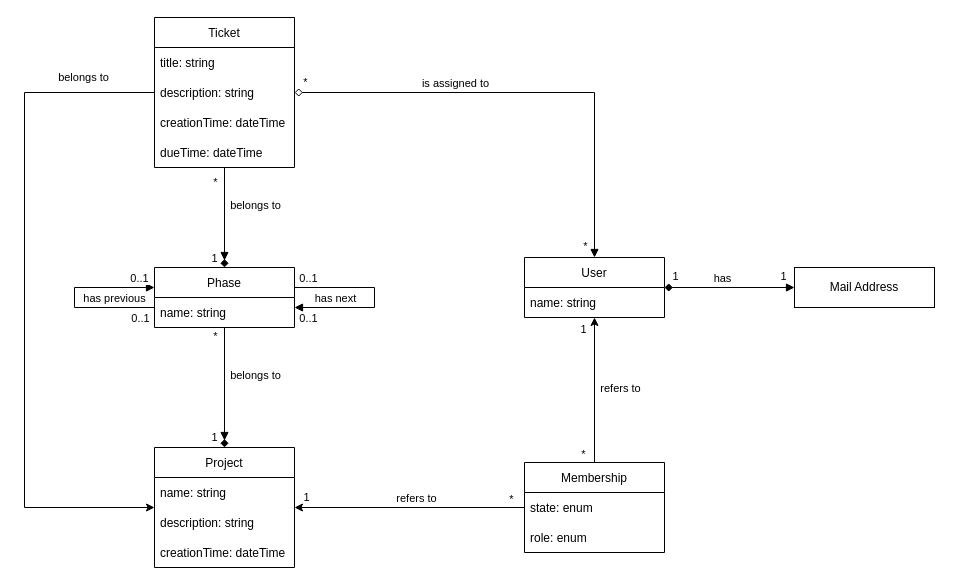
dkettner/ticketing-system keeps this draw.io diagram as doc/logical_data_model/logical_data_model.drawio. Above is the earlier version. Source tidied: cells renumbered, new cells numbered last; positions are measured from the earlier drawing's top-left corner, leaving out a move shared by most shapes. Both pictures are drawn from the tidied source at 100%, with x=0, y=0 at pixel (24, 17).
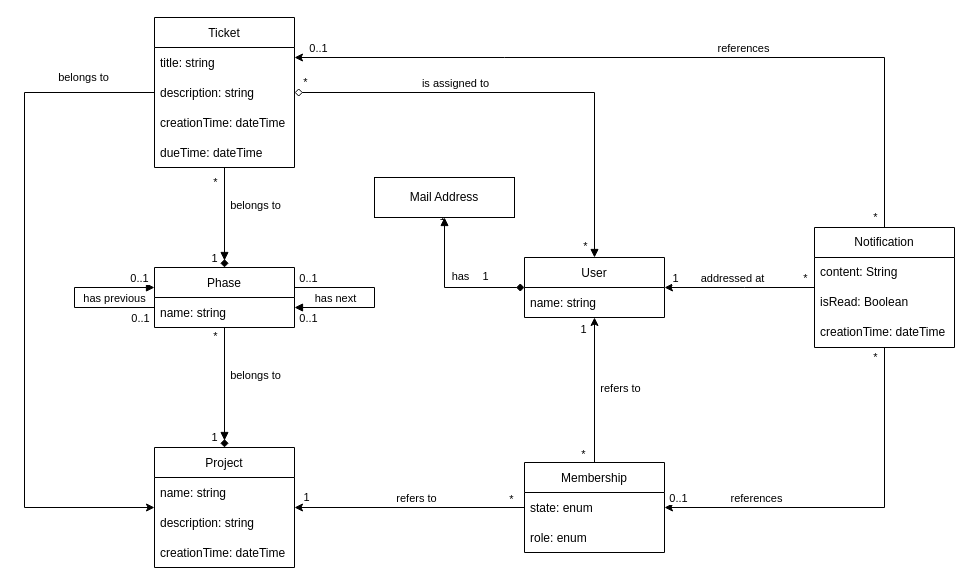
After the change.

Commit message (it also covers changes not shown here):
docs(b-notification): update logical data model to include notification

Unchanged cells that the change refers to:
```xml
<mxCell id="6" value="User" style="swimlane;fontStyle=0;horizontal=1;startSize=30;" parent="1" vertex="1">
  <mxGeometry x="500" y="240" width="140" height="60" as="geometry" />
</mxCell>
<mxCell id="21" value="Ticket" style="swimlane;fontStyle=0;horizontal=1;startSize=30;" parent="1" vertex="1">
  <mxGeometry x="130" width="140" height="150" as="geometry" />
</mxCell>
<mxCell id="51" value="Membership" style="swimlane;fontStyle=0;horizontal=1;startSize=30;" parent="1" vertex="1">
  <mxGeometry x="500" y="445" width="140" height="90" as="geometry" />
</mxCell>
```

The edit, as a diff of the source:
```diff
@@
     <mxCell id="26" value="Mail Address" style="rounded=0;whiteSpace=wrap;html=1;" parent="1" vertex="1">
-      <mxGeometry x="770" y="250" width="140" height="40" as="geometry" />
+      <mxGeometry x="350" y="160" width="140" height="40" as="geometry" />
     </mxCell>
@@
+    <mxCell id="54" style="edgeStyle=orthogonalEdgeStyle;rounded=0;jettySize=auto;html=1;" parent="1" edge="1" source="66" target="21">
+      <mxGeometry relative="1" as="geometry">
+        <Array as="points">
+          <mxPoint x="480" y="40" />
+          <mxPoint x="480" y="40" />
+        </Array>
+      </mxGeometry>
+    </mxCell>
+    <mxCell id="55" value="*" style="edgeLabel;html=1;align=center;verticalAlign=middle;" parent="54" vertex="1">
+      <mxGeometry x="-0.95" y="-2" relative="1" as="geometry">
+        <mxPoint x="-12" y="8" as="offset" />
+      </mxGeometry>
+    </mxCell>
+    <mxCell id="56" value="0..1" style="edgeLabel;html=1;align=center;verticalAlign=middle;" parent="54" vertex="1">
+      <mxGeometry x="0.94" relative="1" as="geometry">
+        <mxPoint y="-10" as="offset" />
+      </mxGeometry>
+    </mxCell>
+    <mxCell id="57" value="references" style="edgeLabel;html=1;align=center;verticalAlign=middle;" parent="54" vertex="1">
+      <mxGeometry x="-0.18" y="1" relative="1" as="geometry">
+        <mxPoint y="-11" as="offset" />
+      </mxGeometry>
+    </mxCell>
+    <mxCell id="58" style="edgeStyle=orthogonalEdgeStyle;rounded=0;jettySize=auto;html=1;" parent="1" edge="1" source="66" target="6">
+      <mxGeometry relative="1" as="geometry">
+        <Array as="points">
+          <mxPoint x="720" y="270" />
+          <mxPoint x="720" y="270" />
+        </Array>
+      </mxGeometry>
+    </mxCell>
+    <mxCell id="59" value="*" style="edgeLabel;html=1;align=center;verticalAlign=middle;" parent="58" vertex="1">
+      <mxGeometry x="-0.8" y="-1" relative="1" as="geometry">
+        <mxPoint x="5" y="-9" as="offset" />
+      </mxGeometry>
+    </mxCell>
+    <mxCell id="60" value="1" style="edgeLabel;html=1;align=center;verticalAlign=middle;" parent="58" vertex="1">
+      <mxGeometry x="0.73" y="2" relative="1" as="geometry">
+        <mxPoint x="-10" y="-12" as="offset" />
+      </mxGeometry>
+    </mxCell>
+    <mxCell id="61" value="addressed at" style="edgeLabel;html=1;align=center;verticalAlign=middle;" parent="58" vertex="1">
+      <mxGeometry x="0.11" y="1" relative="1" as="geometry">
+        <mxPoint y="-11" as="offset" />
+      </mxGeometry>
+    </mxCell>
+    <mxCell id="62" style="edgeStyle=orthogonalEdgeStyle;rounded=0;jettySize=auto;html=1;" parent="1" edge="1" source="66" target="51">
+      <mxGeometry relative="1" as="geometry">
+        <Array as="points">
+          <mxPoint x="860" y="490" />
+        </Array>
+      </mxGeometry>
+    </mxCell>
+    <mxCell id="63" value="*" style="edgeLabel;html=1;align=center;verticalAlign=middle;" parent="62" vertex="1">
+      <mxGeometry x="-0.93" y="-2" relative="1" as="geometry">
+        <mxPoint x="-8" y="-4" as="offset" />
+      </mxGeometry>
+    </mxCell>
+    <mxCell id="64" value="0..1" style="edgeLabel;html=1;align=center;verticalAlign=middle;" parent="62" vertex="1">
+      <mxGeometry x="0.93" y="1" relative="1" as="geometry">
+        <mxPoint y="-11" as="offset" />
+      </mxGeometry>
+    </mxCell>
+    <mxCell id="65" value="references" style="edgeLabel;html=1;align=center;verticalAlign=middle;" parent="62" vertex="1">
+      <mxGeometry x="0.52" y="-1" relative="1" as="geometry">
+        <mxPoint y="-9" as="offset" />
+      </mxGeometry>
+    </mxCell>
+    <mxCell id="66" value="Notification" style="swimlane;fontStyle=0;horizontal=1;startSize=30;whiteSpace=wrap;html=1;" parent="1" vertex="1">
+      <mxGeometry x="790" y="210" width="140" height="120" as="geometry" />
+    </mxCell>
+    <mxCell id="67" value="content: String" style="text;strokeColor=none;fillColor=none;align=left;verticalAlign=middle;spacingLeft=4;spacingRight=4;overflow=hidden;whiteSpace=wrap;html=1;" parent="66" vertex="1">
+      <mxGeometry y="30" width="140" height="30" as="geometry" />
+    </mxCell>
+    <mxCell id="68" value="isRead: Boolean" style="text;strokeColor=none;fillColor=none;align=left;verticalAlign=middle;spacingLeft=4;spacingRight=4;overflow=hidden;whiteSpace=wrap;html=1;" parent="66" vertex="1">
+      <mxGeometry y="60" width="140" height="30" as="geometry" />
+    </mxCell>
+    <mxCell id="69" value="creationTime: dateTime" style="text;strokeColor=none;fillColor=none;align=left;verticalAlign=middle;spacingLeft=4;spacingRight=4;overflow=hidden;whiteSpace=wrap;html=1;" parent="66" vertex="1">
+      <mxGeometry y="90" width="140" height="30" as="geometry" />
+    </mxCell>
```
